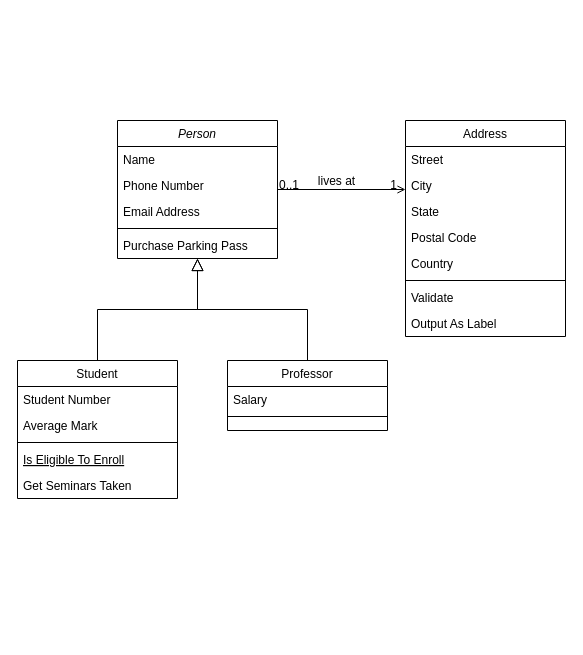
This is 클래스 다이어그램.drawio from son0210/SWdesign, a draw.io file, before an edit. Source tidied: cells renumbered, new cells numbered last; positions are measured from the earlier drawing's top-left corner, leaving out a move shared by most shapes. Both pictures are drawn from the tidied source at 100%, with x=0, y=0 at pixel (17, 120).
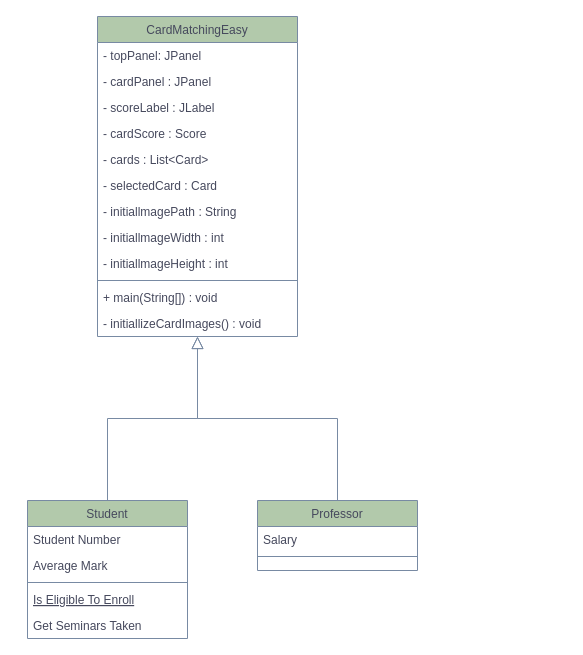
The same diagram, later.

Commit message:
클래스 다이어그램.drawio 업데이트

Change to the diagram source:
```diff
@@
-    <mxCell id="2" value="Person" style="swimlane;fontStyle=2;align=center;verticalAlign=top;horizontal=1;startSize=26;rounded=0;shadow=0;strokeWidth=1;" parent="1" vertex="1">
-      <mxGeometry x="100" width="160" height="138" as="geometry" />
+    <mxCell id="2" value="CardMatchingEasy" style="swimlane;fontStyle=0;align=center;verticalAlign=top;horizontal=1;startSize=26;rounded=0;shadow=0;strokeWidth=1;labelBackgroundColor=none;fillColor=#B2C9AB;strokeColor=#788AA3;fontColor=#46495D;" parent="1" vertex="1">
+      <mxGeometry x="80" y="-104" width="200" height="320" as="geometry" />
     </mxCell>
-    <mxCell id="3" value="Name" style="text;align=left;verticalAlign=top;spacingLeft=4;spacingRight=4;overflow=hidden;" parent="2" vertex="1">
-      <mxGeometry y="26" width="160" height="26" as="geometry" />
+    <mxCell id="3" value="- topPanel: JPanel&#10;" style="text;align=left;verticalAlign=top;spacingLeft=4;spacingRight=4;overflow=hidden;labelBackgroundColor=none;fontColor=#46495D;" parent="2" vertex="1">
+      <mxGeometry y="26" width="200" height="26" as="geometry" />
     </mxCell>
-    <mxCell id="4" value="Phone Number" style="text;align=left;verticalAlign=top;spacingLeft=4;spacingRight=4;overflow=hidden;rounded=0;shadow=0;html=0;" parent="2" vertex="1">
-      <mxGeometry y="52" width="160" height="26" as="geometry" />
+    <mxCell id="4" value="- cardPanel : JPanel" style="text;align=left;verticalAlign=top;spacingLeft=4;spacingRight=4;overflow=hidden;rounded=0;shadow=0;html=0;labelBackgroundColor=none;fontColor=#46495D;" parent="2" vertex="1">
+      <mxGeometry y="52" width="200" height="26" as="geometry" />
     </mxCell>
-    <mxCell id="5" value="Email Address" style="text;align=left;verticalAlign=top;spacingLeft=4;spacingRight=4;overflow=hidden;rounded=0;shadow=0;html=0;" parent="2" vertex="1">
-      <mxGeometry y="78" width="160" height="26" as="geometry" />
+    <mxCell id="5" value="- scoreLabel : JLabel" style="text;align=left;verticalAlign=top;spacingLeft=4;spacingRight=4;overflow=hidden;rounded=0;shadow=0;html=0;labelBackgroundColor=none;fontColor=#46495D;" parent="2" vertex="1">
+      <mxGeometry y="78" width="200" height="26" as="geometry" />
     </mxCell>
+    <mxCell id="32" value="- cardScore : Score" style="text;align=left;verticalAlign=top;spacingLeft=4;spacingRight=4;overflow=hidden;rounded=0;shadow=0;html=0;labelBackgroundColor=none;fontColor=#46495D;" parent="2" vertex="1">
+      <mxGeometry y="104" width="200" height="26" as="geometry" />
+    </mxCell>
+    <mxCell id="33" value="- cards : List&lt;Card&gt;" style="text;align=left;verticalAlign=top;spacingLeft=4;spacingRight=4;overflow=hidden;rounded=0;shadow=0;html=0;labelBackgroundColor=none;fontColor=#46495D;" parent="2" vertex="1">
+      <mxGeometry y="130" width="200" height="26" as="geometry" />
+    </mxCell>
+    <mxCell id="34" value="- selectedCard : Card" style="text;align=left;verticalAlign=top;spacingLeft=4;spacingRight=4;overflow=hidden;rounded=0;shadow=0;html=0;labelBackgroundColor=none;fontColor=#46495D;" parent="2" vertex="1">
+      <mxGeometry y="156" width="200" height="26" as="geometry" />
+    </mxCell>
+    <mxCell id="35" value="- initiallmagePath : String" style="text;align=left;verticalAlign=top;spacingLeft=4;spacingRight=4;overflow=hidden;rounded=0;shadow=0;html=0;labelBackgroundColor=none;fontColor=#46495D;" parent="2" vertex="1">
+      <mxGeometry y="182" width="200" height="26" as="geometry" />
+    </mxCell>
+    <mxCell id="36" value="- initiallmageWidth : int" style="text;align=left;verticalAlign=top;spacingLeft=4;spacingRight=4;overflow=hidden;rounded=0;shadow=0;html=0;labelBackgroundColor=none;fontColor=#46495D;" parent="2" vertex="1">
+      <mxGeometry y="208" width="200" height="26" as="geometry" />
+    </mxCell>
+    <mxCell id="37" value="- initiallmageHeight : int" style="text;align=left;verticalAlign=top;spacingLeft=4;spacingRight=4;overflow=hidden;rounded=0;shadow=0;html=0;labelBackgroundColor=none;fontColor=#46495D;" parent="2" vertex="1">
+      <mxGeometry y="234" width="200" height="26" as="geometry" />
+    </mxCell>
-    <mxCell id="6" style="line;html=1;strokeWidth=1;align=left;verticalAlign=middle;spacingTop=-1;spacingLeft=3;spacingRight=3;labelPosition=right;" parent="2" vertex="1">
-      <mxGeometry y="104" width="160" height="8" as="geometry" />
+    <mxCell id="6" style="line;html=1;strokeWidth=1;align=left;verticalAlign=middle;spacingTop=-1;spacingLeft=3;spacingRight=3;labelPosition=right;labelBackgroundColor=none;fillColor=#B2C9AB;strokeColor=#788AA3;fontColor=#46495D;" parent="2" vertex="1">
+      <mxGeometry y="260" width="200" height="8" as="geometry" />
     </mxCell>
+    <mxCell id="38" value="+ main(String[]) : void" style="text;align=left;verticalAlign=top;spacingLeft=4;spacingRight=4;overflow=hidden;rounded=0;shadow=0;html=0;labelBackgroundColor=none;fontColor=#46495D;" parent="2" vertex="1">
+      <mxGeometry y="268" width="200" height="26" as="geometry" />
+    </mxCell>
-    <mxCell id="7" value="Purchase Parking Pass" style="text;align=left;verticalAlign=top;spacingLeft=4;spacingRight=4;overflow=hidden;" parent="2" vertex="1">
-      <mxGeometry y="112" width="160" height="26" as="geometry" />
+    <mxCell id="7" value="- initiallizeCardImages() : void" style="text;align=left;verticalAlign=top;spacingLeft=4;spacingRight=4;overflow=hidden;labelBackgroundColor=none;fontColor=#46495D;" parent="2" vertex="1">
+      <mxGeometry y="294" width="200" height="26" as="geometry" />
     </mxCell>
-    <mxCell id="8" value="Student" style="swimlane;fontStyle=0;align=center;verticalAlign=top;horizontal=1;startSize=26;rounded=0;shadow=0;strokeWidth=1;" parent="1" vertex="1">
-      <mxGeometry y="240" width="160" height="138" as="geometry" />
+    <mxCell id="8" value="Student" style="swimlane;fontStyle=0;align=center;verticalAlign=top;horizontal=1;startSize=26;rounded=0;shadow=0;strokeWidth=1;labelBackgroundColor=none;fillColor=#B2C9AB;strokeColor=#788AA3;fontColor=#46495D;" parent="1" vertex="1">
+      <mxGeometry x="10" y="380" width="160" height="138" as="geometry" />
     </mxCell>
-    <mxCell id="9" value="Student Number" style="text;align=left;verticalAlign=top;spacingLeft=4;spacingRight=4;overflow=hidden;" parent="8" vertex="1">
+    <mxCell id="9" value="Student Number" style="text;align=left;verticalAlign=top;spacingLeft=4;spacingRight=4;overflow=hidden;labelBackgroundColor=none;fontColor=#46495D;" parent="8" vertex="1">
       <mxGeometry y="26" width="160" height="26" as="geometry" />
     </mxCell>
-    <mxCell id="10" value="Average Mark" style="text;align=left;verticalAlign=top;spacingLeft=4;spacingRight=4;overflow=hidden;rounded=0;shadow=0;html=0;" parent="8" vertex="1">
+    <mxCell id="10" value="Average Mark" style="text;align=left;verticalAlign=top;spacingLeft=4;spacingRight=4;overflow=hidden;rounded=0;shadow=0;html=0;labelBackgroundColor=none;fontColor=#46495D;" parent="8" vertex="1">
       <mxGeometry y="52" width="160" height="26" as="geometry" />
     </mxCell>
-    <mxCell id="11" style="line;html=1;strokeWidth=1;align=left;verticalAlign=middle;spacingTop=-1;spacingLeft=3;spacingRight=3;labelPosition=right;" parent="8" vertex="1">
+    <mxCell id="11" style="line;html=1;strokeWidth=1;align=left;verticalAlign=middle;spacingTop=-1;spacingLeft=3;spacingRight=3;labelPosition=right;labelBackgroundColor=none;fillColor=#B2C9AB;strokeColor=#788AA3;fontColor=#46495D;" parent="8" vertex="1">
       <mxGeometry y="78" width="160" height="8" as="geometry" />
     </mxCell>
-    <mxCell id="12" value="Is Eligible To Enroll" style="text;align=left;verticalAlign=top;spacingLeft=4;spacingRight=4;overflow=hidden;fontStyle=4;" parent="8" vertex="1">
+    <mxCell id="12" value="Is Eligible To Enroll" style="text;align=left;verticalAlign=top;spacingLeft=4;spacingRight=4;overflow=hidden;fontStyle=4;labelBackgroundColor=none;fontColor=#46495D;" parent="8" vertex="1">
       <mxGeometry y="86" width="160" height="26" as="geometry" />
     </mxCell>
-    <mxCell id="13" value="Get Seminars Taken" style="text;align=left;verticalAlign=top;spacingLeft=4;spacingRight=4;overflow=hidden;" parent="8" vertex="1">
+    <mxCell id="13" value="Get Seminars Taken" style="text;align=left;verticalAlign=top;spacingLeft=4;spacingRight=4;overflow=hidden;labelBackgroundColor=none;fontColor=#46495D;" parent="8" vertex="1">
       <mxGeometry y="112" width="160" height="26" as="geometry" />
     </mxCell>
-    <mxCell id="14" style="endArrow=block;endSize=10;endFill=0;shadow=0;strokeWidth=1;rounded=0;edgeStyle=elbowEdgeStyle;elbow=vertical;" parent="1" edge="1" source="8" target="2">
+    <mxCell id="14" style="endArrow=block;endSize=10;endFill=0;shadow=0;strokeWidth=1;rounded=0;edgeStyle=elbowEdgeStyle;elbow=vertical;labelBackgroundColor=none;strokeColor=#788AA3;fontColor=default;" parent="1" edge="1" source="8" target="2">
       <mxGeometry relative="1" as="geometry" />
     </mxCell>
-    <mxCell id="15" value="Professor" style="swimlane;fontStyle=0;align=center;verticalAlign=top;horizontal=1;startSize=26;rounded=0;shadow=0;strokeWidth=1;" parent="1" vertex="1">
-      <mxGeometry x="210" y="240" width="160" height="70" as="geometry" />
+    <mxCell id="15" value="Professor" style="swimlane;fontStyle=0;align=center;verticalAlign=top;horizontal=1;startSize=26;rounded=0;shadow=0;strokeWidth=1;labelBackgroundColor=none;fillColor=#B2C9AB;strokeColor=#788AA3;fontColor=#46495D;" parent="1" vertex="1">
+      <mxGeometry x="240" y="380" width="160" height="70" as="geometry" />
     </mxCell>
-    <mxCell id="16" value="Salary" style="text;align=left;verticalAlign=top;spacingLeft=4;spacingRight=4;overflow=hidden;" parent="15" vertex="1">
+    <mxCell id="16" value="Salary" style="text;align=left;verticalAlign=top;spacingLeft=4;spacingRight=4;overflow=hidden;labelBackgroundColor=none;fontColor=#46495D;" parent="15" vertex="1">
       <mxGeometry y="26" width="160" height="26" as="geometry" />
     </mxCell>
-    <mxCell id="17" style="line;html=1;strokeWidth=1;align=left;verticalAlign=middle;spacingTop=-1;spacingLeft=3;spacingRight=3;labelPosition=right;" parent="15" vertex="1">
+    <mxCell id="17" style="line;html=1;strokeWidth=1;align=left;verticalAlign=middle;spacingTop=-1;spacingLeft=3;spacingRight=3;labelPosition=right;labelBackgroundColor=none;fillColor=#B2C9AB;strokeColor=#788AA3;fontColor=#46495D;" parent="15" vertex="1">
       <mxGeometry y="52" width="160" height="8" as="geometry" />
     </mxCell>
-    <mxCell id="18" style="endArrow=block;endSize=10;endFill=0;shadow=0;strokeWidth=1;rounded=0;edgeStyle=elbowEdgeStyle;elbow=vertical;" parent="1" edge="1" source="15" target="2">
+    <mxCell id="18" style="endArrow=block;endSize=10;endFill=0;shadow=0;strokeWidth=1;rounded=0;edgeStyle=elbowEdgeStyle;elbow=vertical;labelBackgroundColor=none;strokeColor=#788AA3;fontColor=default;" parent="1" edge="1" source="15" target="2">
       <mxGeometry relative="1" as="geometry" />
     </mxCell>
-    <mxCell id="19" value="Address" style="swimlane;fontStyle=0;align=center;verticalAlign=top;horizontal=1;startSize=26;rounded=0;shadow=0;strokeWidth=1;" parent="1" vertex="1">
-      <mxGeometry x="388" width="160" height="216" as="geometry" />
-    </mxCell>
-    <mxCell id="20" value="Street" style="text;align=left;verticalAlign=top;spacingLeft=4;spacingRight=4;overflow=hidden;" parent="19" vertex="1">
-      <mxGeometry y="26" width="160" height="26" as="geometry" />
-    </mxCell>
-    <mxCell id="21" value="City" style="text;align=left;verticalAlign=top;spacingLeft=4;spacingRight=4;overflow=hidden;rounded=0;shadow=0;html=0;" parent="19" vertex="1">
-      <mxGeometry y="52" width="160" height="26" as="geometry" />
-    </mxCell>
-    <mxCell id="22" value="State" style="text;align=left;verticalAlign=top;spacingLeft=4;spacingRight=4;overflow=hidden;rounded=0;shadow=0;html=0;" parent="19" vertex="1">
-      <mxGeometry y="78" width="160" height="26" as="geometry" />
-    </mxCell>
-    <mxCell id="23" value="Postal Code" style="text;align=left;verticalAlign=top;spacingLeft=4;spacingRight=4;overflow=hidden;rounded=0;shadow=0;html=0;" parent="19" vertex="1">
-      <mxGeometry y="104" width="160" height="26" as="geometry" />
-    </mxCell>
-    <mxCell id="24" value="Country" style="text;align=left;verticalAlign=top;spacingLeft=4;spacingRight=4;overflow=hidden;rounded=0;shadow=0;html=0;" parent="19" vertex="1">
-      <mxGeometry y="130" width="160" height="26" as="geometry" />
-    </mxCell>
-    <mxCell id="25" style="line;html=1;strokeWidth=1;align=left;verticalAlign=middle;spacingTop=-1;spacingLeft=3;spacingRight=3;labelPosition=right;" parent="19" vertex="1">
-      <mxGeometry y="156" width="160" height="8" as="geometry" />
-    </mxCell>
-    <mxCell id="26" value="Validate" style="text;align=left;verticalAlign=top;spacingLeft=4;spacingRight=4;overflow=hidden;" parent="19" vertex="1">
-      <mxGeometry y="164" width="160" height="26" as="geometry" />
-    </mxCell>
-    <mxCell id="27" value="Output As Label" style="text;align=left;verticalAlign=top;spacingLeft=4;spacingRight=4;overflow=hidden;" parent="19" vertex="1">
-      <mxGeometry y="190" width="160" height="26" as="geometry" />
-    </mxCell>
-    <mxCell id="28" style="endArrow=open;shadow=0;strokeWidth=1;rounded=0;endFill=1;edgeStyle=elbowEdgeStyle;elbow=vertical;" parent="1" edge="1" source="2" target="19">
-      <mxGeometry x="0.5" y="41" relative="1" as="geometry">
-        <mxPoint x="-40" y="32" as="offset" />
-      </mxGeometry>
-    </mxCell>
-    <mxCell id="29" value="0..1" style="align=left;verticalAlign=bottom;labelBackgroundColor=none;fontSize=12;" parent="28" vertex="1">
-      <mxGeometry x="-1" relative="1" as="geometry">
-        <mxPoint y="4" as="offset" />
-      </mxGeometry>
-    </mxCell>
-    <mxCell id="30" value="1" style="align=right;verticalAlign=bottom;labelBackgroundColor=none;fontSize=12;" parent="28" vertex="1">
-      <mxGeometry x="1" relative="1" as="geometry">
-        <mxPoint x="-7" y="4" as="offset" />
-      </mxGeometry>
-    </mxCell>
-    <mxCell id="31" value="lives at" style="text;html=1;align=center;verticalAlign=middle;labelBackgroundColor=none;rounded=0;shadow=0;strokeWidth=1;fontSize=12;" parent="28" vertex="1">
-      <mxGeometry x="0.5" y="49" relative="1" as="geometry">
-        <mxPoint x="-38" y="40" as="offset" />
-      </mxGeometry>
-    </mxCell>
```
